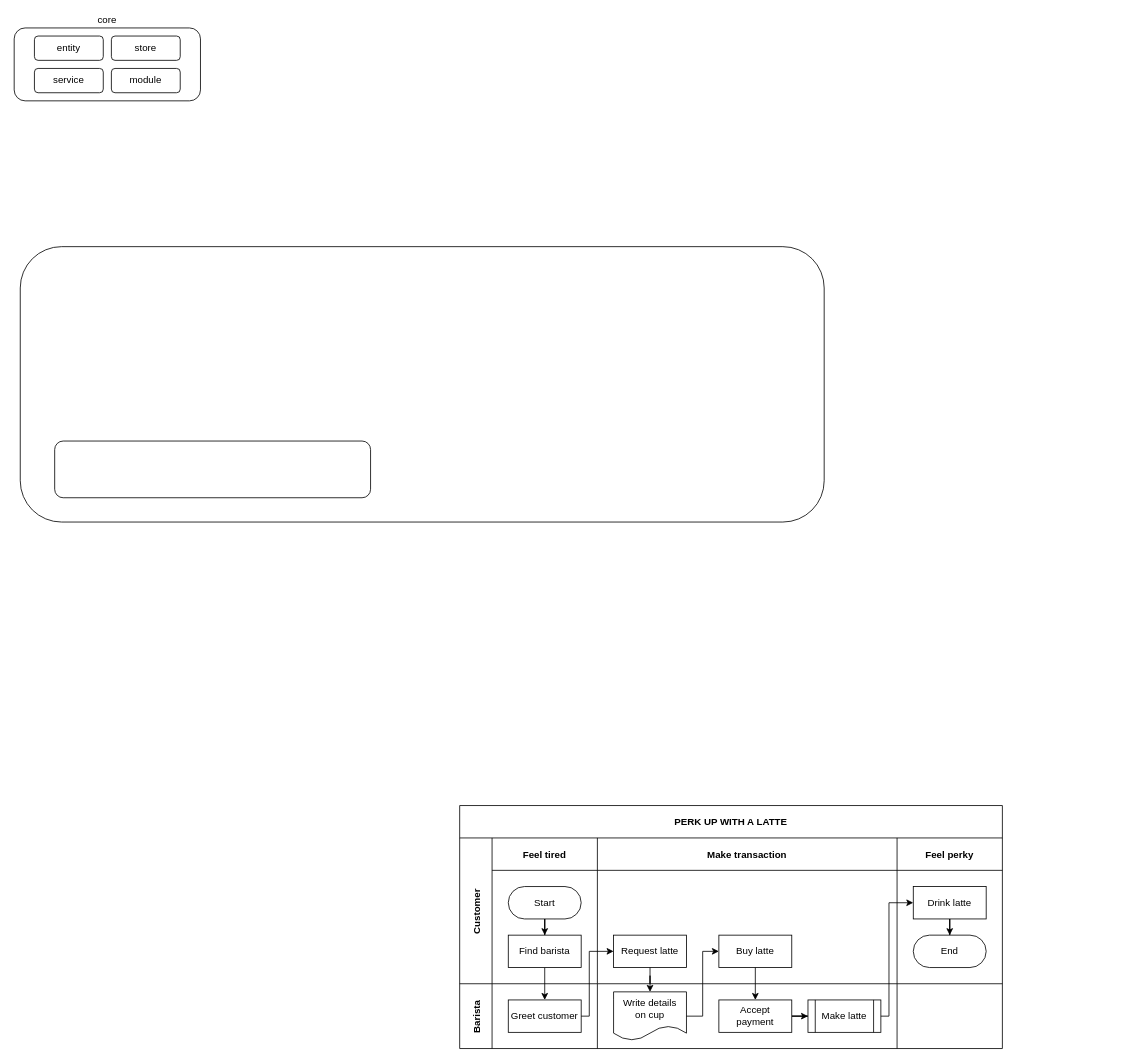
This is 未命名绘图.drawio from superchenwb/notes, a draw.io file, before an edit. Source tidied: cells renumbered, new cells numbered last; positions are measured from the earlier drawing's top-left corner, leaving out a move shared by most shapes. Both pictures are drawn from the tidied source at 81%, with x=0, y=0 at pixel (14, 28).
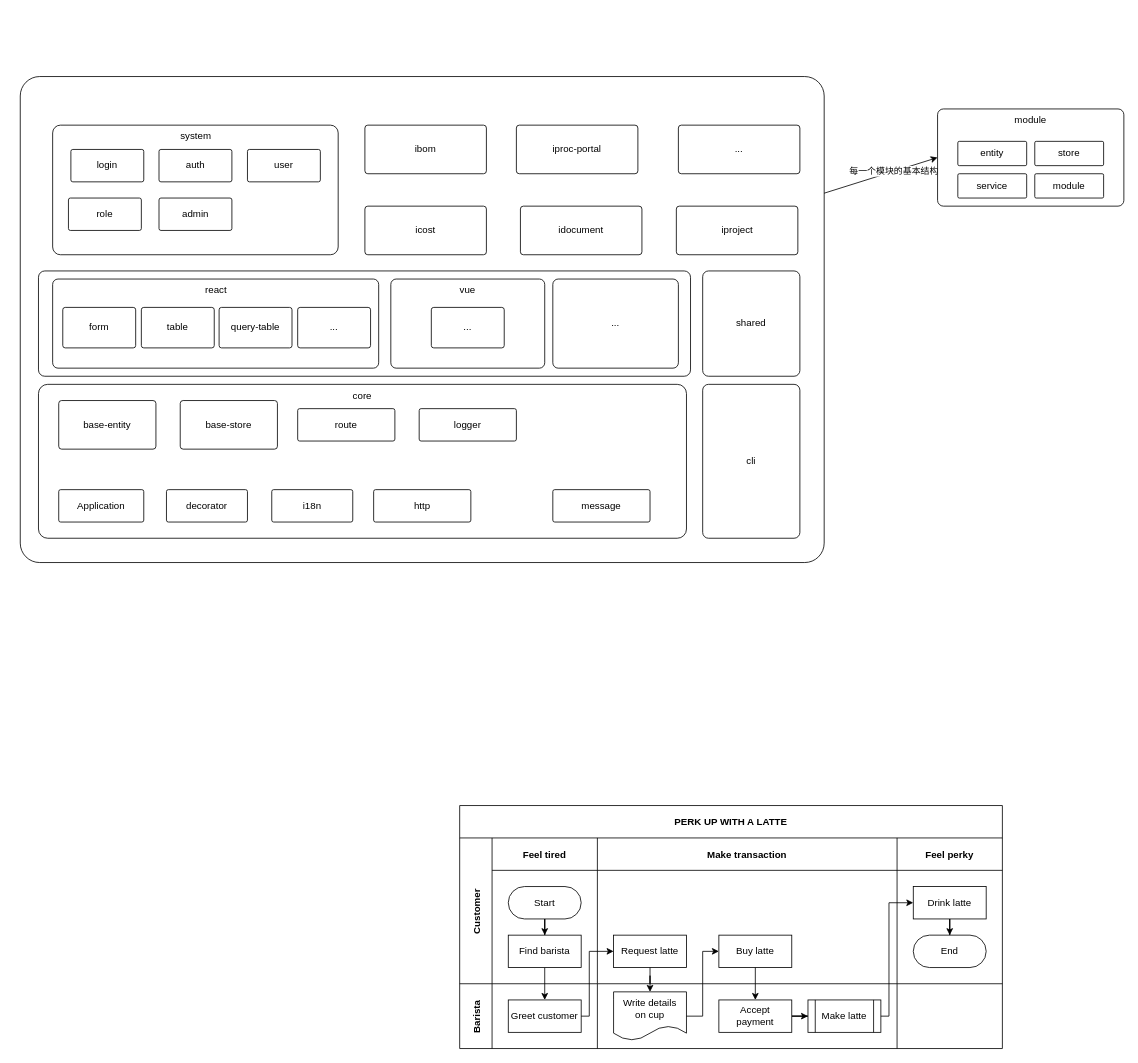
The same page after the edit.

Commit message:
甘棠前端架构设计.drawio

What changed in the source:
```diff
@@
+    <mxCell id="35" style="rounded=1;whiteSpace=wrap;html=1;glass=0;shadow=0;arcSize=4;" parent="1" vertex="1">
+      <mxGeometry x="7.5" y="60" width="992.5" height="600" as="geometry" />
+    </mxCell>
+    <mxCell id="37" style="rounded=1;whiteSpace=wrap;html=1;arcSize=6;" parent="1" vertex="1">
+      <mxGeometry x="30" y="300" width="805" height="130" as="geometry" />
+    </mxCell>
+    <mxCell id="36" value="core" style="rounded=1;whiteSpace=wrap;html=1;labelPosition=center;verticalLabelPosition=middle;align=center;verticalAlign=top;arcSize=6;" parent="1" vertex="1">
+      <mxGeometry x="30" y="440" width="800" height="190" as="geometry" />
+    </mxCell>
+    <mxCell id="38" value="react" style="rounded=1;whiteSpace=wrap;html=1;verticalAlign=top;arcSize=6;" parent="1" vertex="1">
+      <mxGeometry x="47.5" y="310" width="402.5" height="110" as="geometry" />
+    </mxCell>
+    <mxCell id="39" value="vue" style="rounded=1;whiteSpace=wrap;html=1;verticalAlign=top;arcSize=6;" parent="1" vertex="1">
+      <mxGeometry x="465" y="310" width="190" height="110" as="geometry" />
+    </mxCell>
+    <mxCell id="40" value="system" style="rounded=1;whiteSpace=wrap;html=1;verticalAlign=top;arcSize=6;" parent="1" vertex="1">
+      <mxGeometry x="47.5" y="120" width="352.5" height="160" as="geometry" />
+    </mxCell>
+    <mxCell id="41" value="shared" style="rounded=1;whiteSpace=wrap;html=1;arcSize=6;" parent="1" vertex="1">
+      <mxGeometry x="850" y="300" width="120" height="130" as="geometry" />
+    </mxCell>
+    <mxCell id="42" value="base-entity" style="rounded=1;whiteSpace=wrap;html=1;arcSize=6;" parent="1" vertex="1">
+      <mxGeometry x="55" y="460" width="120" height="60" as="geometry" />
+    </mxCell>
+    <mxCell id="43" value="Application" style="rounded=1;whiteSpace=wrap;html=1;arcSize=6;" parent="1" vertex="1">
+      <mxGeometry x="55" y="570" width="105" height="40" as="geometry" />
+    </mxCell>
+    <mxCell id="44" value="route" style="rounded=1;whiteSpace=wrap;html=1;arcSize=6;" parent="1" vertex="1">
+      <mxGeometry x="350" y="470" width="120" height="40" as="geometry" />
+    </mxCell>
+    <mxCell id="45" value="message" style="rounded=1;whiteSpace=wrap;html=1;arcSize=6;" parent="1" vertex="1">
+      <mxGeometry x="665" y="570" width="120" height="40" as="geometry" />
+    </mxCell>
+    <mxCell id="46" value="http" style="rounded=1;whiteSpace=wrap;html=1;arcSize=6;" parent="1" vertex="1">
+      <mxGeometry x="443.8" y="570" width="120" height="40" as="geometry" />
+    </mxCell>
+    <mxCell id="47" value="i18n" style="rounded=1;whiteSpace=wrap;html=1;arcSize=6;" parent="1" vertex="1">
+      <mxGeometry x="318" y="570" width="100" height="40" as="geometry" />
+    </mxCell>
+    <mxCell id="48" value="decorator" style="rounded=1;whiteSpace=wrap;html=1;arcSize=6;" parent="1" vertex="1">
+      <mxGeometry x="188" y="570" width="100" height="40" as="geometry" />
+    </mxCell>
+    <mxCell id="49" value="logger" style="rounded=1;whiteSpace=wrap;html=1;arcSize=6;" parent="1" vertex="1">
+      <mxGeometry x="500" y="470" width="120" height="40" as="geometry" />
+    </mxCell>
+    <mxCell id="50" value="base-store" style="rounded=1;whiteSpace=wrap;html=1;arcSize=6;" parent="1" vertex="1">
+      <mxGeometry x="205" y="460" width="120" height="60" as="geometry" />
+    </mxCell>
+    <mxCell id="51" value="form" style="rounded=1;whiteSpace=wrap;html=1;arcSize=6;" parent="1" vertex="1">
+      <mxGeometry x="60" y="345" width="90" height="50" as="geometry" />
+    </mxCell>
+    <mxCell id="52" value="table" style="rounded=1;whiteSpace=wrap;html=1;arcSize=6;" parent="1" vertex="1">
+      <mxGeometry x="157" y="345" width="90" height="50" as="geometry" />
+    </mxCell>
+    <mxCell id="53" value="query-table" style="rounded=1;whiteSpace=wrap;html=1;arcSize=6;" parent="1" vertex="1">
+      <mxGeometry x="253" y="345" width="90" height="50" as="geometry" />
+    </mxCell>
+    <mxCell id="54" value="cli" style="rounded=1;whiteSpace=wrap;html=1;arcSize=6;" parent="1" vertex="1">
+      <mxGeometry x="850" y="440" width="120" height="190" as="geometry" />
+    </mxCell>
+    <mxCell id="55" value="icost" style="rounded=1;whiteSpace=wrap;html=1;arcSize=6;" parent="1" vertex="1">
+      <mxGeometry x="433" y="220" width="150" height="60" as="geometry" />
+    </mxCell>
+    <mxCell id="56" value="idocument" style="rounded=1;whiteSpace=wrap;html=1;arcSize=6;" parent="1" vertex="1">
+      <mxGeometry x="625" y="220" width="150" height="60" as="geometry" />
+    </mxCell>
+    <mxCell id="57" value="iproc-portal" style="rounded=1;whiteSpace=wrap;html=1;arcSize=6;" parent="1" vertex="1">
+      <mxGeometry x="620" y="120" width="150" height="60" as="geometry" />
+    </mxCell>
+    <mxCell id="58" value="iproject" style="rounded=1;whiteSpace=wrap;html=1;arcSize=6;" parent="1" vertex="1">
+      <mxGeometry x="817.5" y="220" width="150" height="60" as="geometry" />
+    </mxCell>
+    <mxCell id="59" value="ibom" style="rounded=1;whiteSpace=wrap;html=1;arcSize=6;" parent="1" vertex="1">
+      <mxGeometry x="433" y="120" width="150" height="60" as="geometry" />
+    </mxCell>
+    <mxCell id="60" value="..." style="rounded=1;whiteSpace=wrap;html=1;arcSize=6;" parent="1" vertex="1">
+      <mxGeometry x="820" y="120" width="150" height="60" as="geometry" />
+    </mxCell>
+    <mxCell id="61" value="..." style="rounded=1;whiteSpace=wrap;html=1;verticalAlign=middle;arcSize=6;" parent="1" vertex="1">
+      <mxGeometry x="665" y="310" width="155" height="110" as="geometry" />
+    </mxCell>
+    <mxCell id="62" value="..." style="rounded=1;whiteSpace=wrap;html=1;arcSize=6;" parent="1" vertex="1">
+      <mxGeometry x="350" y="345" width="90" height="50" as="geometry" />
+    </mxCell>
+    <mxCell id="63" value="..." style="rounded=1;whiteSpace=wrap;html=1;arcSize=6;" parent="1" vertex="1">
+      <mxGeometry x="515" y="345" width="90" height="50" as="geometry" />
+    </mxCell>
+    <mxCell id="64" style="endArrow=classic;html=1;rounded=0;entryX=0;entryY=0.5;entryDx=0;entryDy=0;arcSize=6;" parent="1" edge="1" source="35" target="30">
+      <mxGeometry relative="1" as="geometry" />
+    </mxCell>
+    <mxCell id="65" value="每一个模块的基本结构" style="edgeLabel;html=1;align=center;verticalAlign=middle;arcSize=6;" parent="64" vertex="1">
+      <mxGeometry x="0.23" y="1" relative="1" as="geometry" />
+    </mxCell>
+    <mxCell id="66" value="login" style="rounded=1;whiteSpace=wrap;html=1;arcSize=6;" parent="1" vertex="1">
+      <mxGeometry x="70" y="150" width="90" height="40" as="geometry" />
+    </mxCell>
+    <mxCell id="67" value="auth" style="rounded=1;whiteSpace=wrap;html=1;arcSize=6;" parent="1" vertex="1">
+      <mxGeometry x="178.8" y="150" width="90" height="40" as="geometry" />
+    </mxCell>
+    <mxCell id="68" value="user" style="rounded=1;whiteSpace=wrap;html=1;arcSize=6;" parent="1" vertex="1">
+      <mxGeometry x="288" y="150" width="90" height="40" as="geometry" />
+    </mxCell>
+    <mxCell id="69" value="role" style="rounded=1;whiteSpace=wrap;html=1;arcSize=6;" parent="1" vertex="1">
+      <mxGeometry x="67" y="210" width="90" height="40" as="geometry" />
+    </mxCell>
+    <mxCell id="70" value="admin" style="rounded=1;whiteSpace=wrap;html=1;arcSize=6;" parent="1" vertex="1">
+      <mxGeometry x="178.8" y="210" width="90" height="40" as="geometry" />
+    </mxCell>
-    <mxCell id="30" value="core" style="rounded=1;whiteSpace=wrap;html=1;align=center;labelPosition=center;verticalLabelPosition=top;verticalAlign=bottom;" parent="1" vertex="1">
-      <mxGeometry width="230" height="90" as="geometry" />
+    <mxCell id="30" value="module" style="rounded=1;whiteSpace=wrap;html=1;align=center;labelPosition=center;verticalLabelPosition=middle;verticalAlign=top;arcSize=6;" parent="1" vertex="1">
+      <mxGeometry x="1140" y="100" width="230" height="120" as="geometry" />
     </mxCell>
-    <mxCell id="31" value="entity" style="rounded=1;whiteSpace=wrap;html=1;" parent="1" vertex="1">
-      <mxGeometry x="25" y="10" width="85" height="30" as="geometry" />
+    <mxCell id="31" value="entity" style="rounded=1;whiteSpace=wrap;html=1;arcSize=6;" parent="1" vertex="1">
+      <mxGeometry x="1165" y="140" width="85" height="30" as="geometry" />
     </mxCell>
-    <mxCell id="32" value="store" style="rounded=1;whiteSpace=wrap;html=1;" parent="1" vertex="1">
-      <mxGeometry x="120" y="10" width="85" height="30" as="geometry" />
+    <mxCell id="32" value="store" style="rounded=1;whiteSpace=wrap;html=1;arcSize=6;" parent="1" vertex="1">
+      <mxGeometry x="1260" y="140" width="85" height="30" as="geometry" />
     </mxCell>
-    <mxCell id="33" value="service" style="rounded=1;whiteSpace=wrap;html=1;" parent="1" vertex="1">
-      <mxGeometry x="25" y="50" width="85" height="30" as="geometry" />
+    <mxCell id="33" value="service" style="rounded=1;whiteSpace=wrap;html=1;arcSize=6;" parent="1" vertex="1">
+      <mxGeometry x="1165" y="180" width="85" height="30" as="geometry" />
     </mxCell>
-    <mxCell id="34" value="module" style="rounded=1;whiteSpace=wrap;html=1;" parent="1" vertex="1">
-      <mxGeometry x="120" y="50" width="85" height="30" as="geometry" />
+    <mxCell id="34" value="module" style="rounded=1;whiteSpace=wrap;html=1;arcSize=6;" parent="1" vertex="1">
+      <mxGeometry x="1260" y="180" width="85" height="30" as="geometry" />
     </mxCell>
-    <mxCell id="35" style="rounded=1;whiteSpace=wrap;html=1;" parent="1" vertex="1">
-      <mxGeometry x="7.5" y="270" width="992.5" height="340" as="geometry" />
-    </mxCell>
-    <mxCell id="36" style="rounded=1;whiteSpace=wrap;html=1;" parent="1" vertex="1">
-      <mxGeometry x="50" y="510" width="390" height="70" as="geometry" />
-    </mxCell>
```
